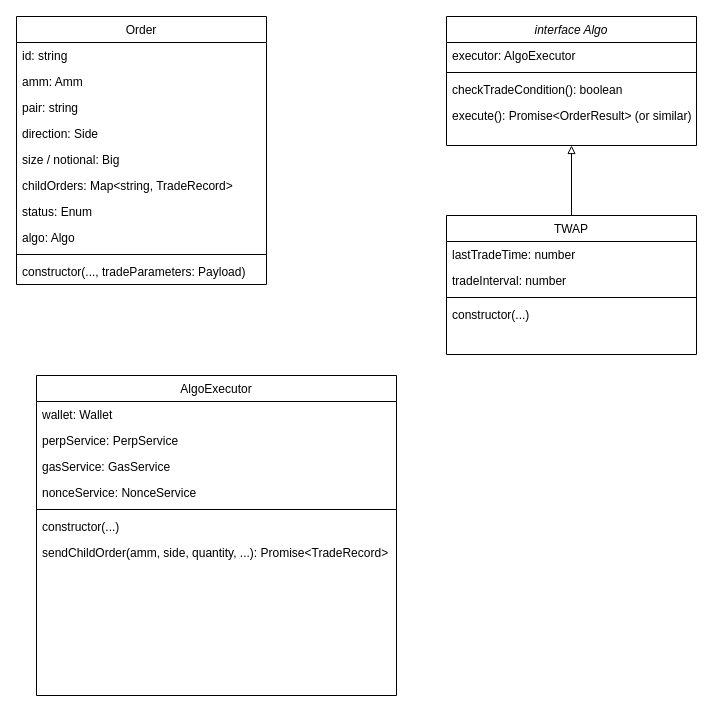
Before: design/Class Diagram.drawio in d5shen/interstellar-algos, a draw.io diagram. Source tidied: cells renumbered, new cells numbered last; positions are measured from the earlier drawing's top-left corner, leaving out a move shared by most shapes. Both pictures are drawn from the tidied source at 100%, with x=0, y=0 at pixel (16, 16).
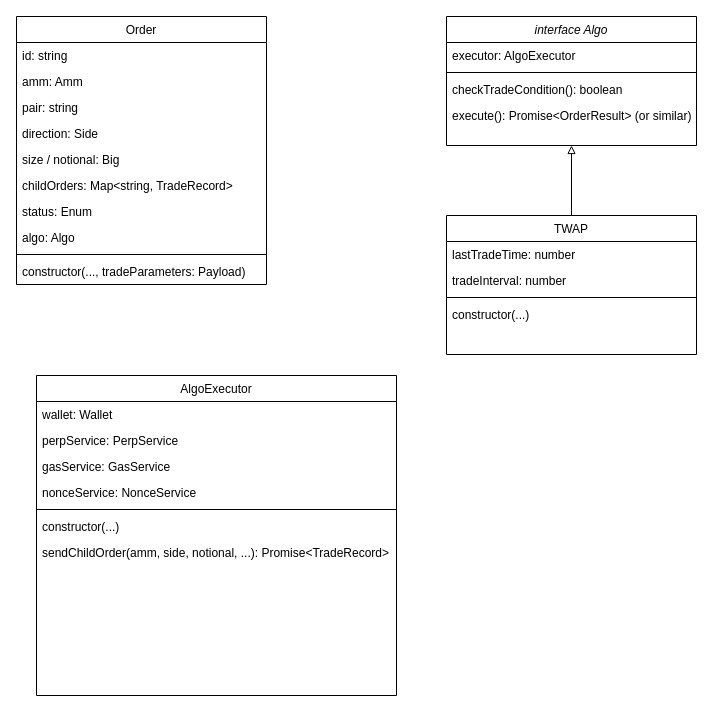
The same page after the edit.

Unchanged cells that the change refers to:
```xml
<mxCell id="24" value="AlgoExecutor" style="swimlane;fontStyle=0;align=center;verticalAlign=top;horizontal=1;startSize=26;rounded=0;shadow=0;strokeWidth=1;" parent="1" vertex="1">
  <mxGeometry x="20" y="359" width="360" height="320" as="geometry" />
</mxCell>
```

What changed in the source:
```diff
@@
-    <mxCell id="31" value="sendChildOrder(amm, side, quantity, ...): Promise&lt;TradeRecord&gt;" style="text;align=left;verticalAlign=top;spacingLeft=4;spacingRight=4;overflow=hidden;rounded=0;shadow=0;html=0;" parent="24" vertex="1">
+    <mxCell id="31" value="sendChildOrder(amm, side, notional, ...): Promise&lt;TradeRecord&gt;" style="text;align=left;verticalAlign=top;spacingLeft=4;spacingRight=4;overflow=hidden;rounded=0;shadow=0;html=0;" parent="24" vertex="1">
       <mxGeometry y="164" width="360" height="26" as="geometry" />
     </mxCell>
```
